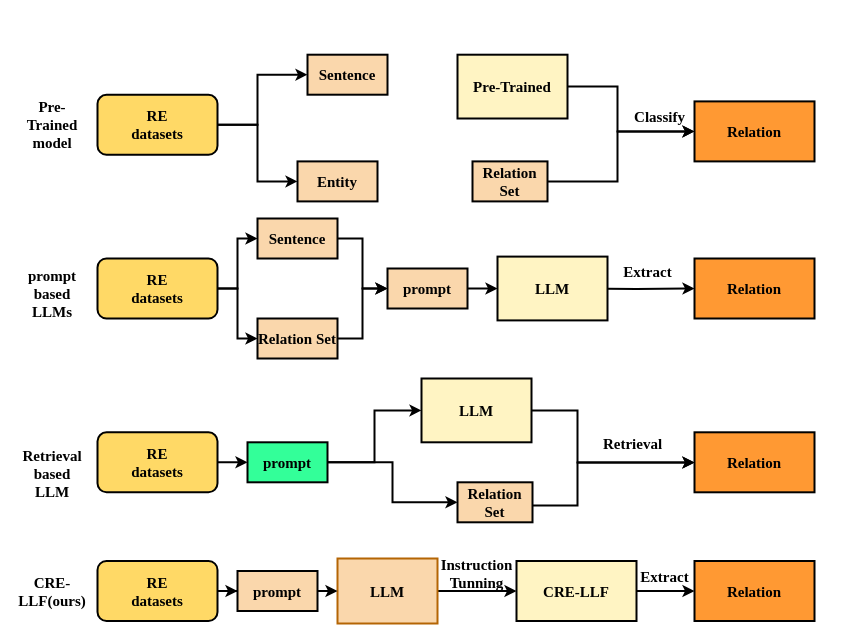
Before: Figure1.drawio in SkyuForever/CRE-LLM, a draw.io diagram. Source tidied: cells renumbered, new cells numbered last; positions are measured from the earlier drawing's top-left corner, leaving out a move shared by most shapes. Both pictures are drawn from the tidied source at 100%, with x=0, y=0 at pixel (17, 54).
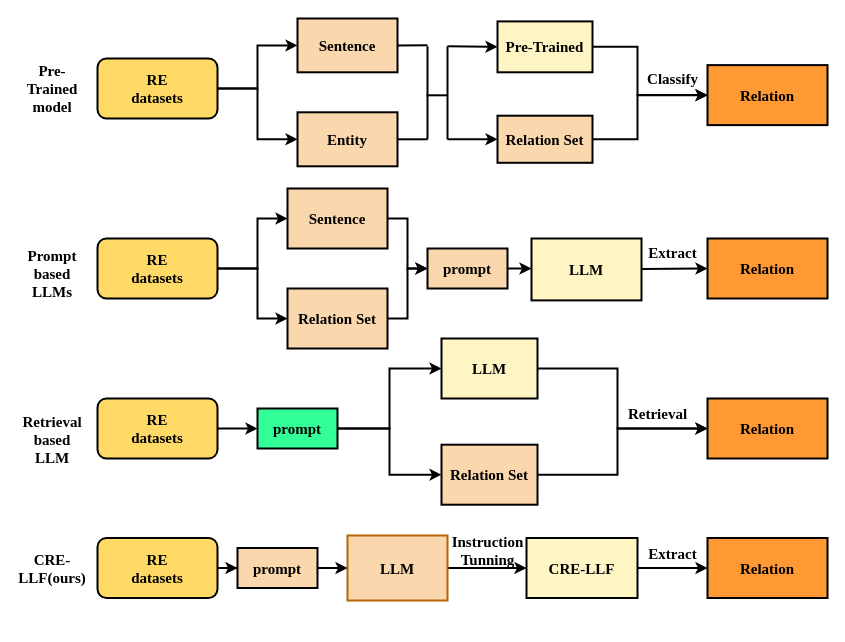
The same diagram, later.

What changed in the source:
```diff
@@
     <mxCell id="3" value="&lt;font style=&quot;font-size: 15px;&quot;&gt;RE&lt;br style=&quot;font-size: 15px;&quot;&gt;datasets&lt;/font&gt;" style="rounded=1;whiteSpace=wrap;html=1;fillColor=#FFD966;gradientColor=none;strokeWidth=2;fontFamily=Times New Roman;fontStyle=1;fontSize=15;" parent="1" vertex="1">
-      <mxGeometry x="80" y="506.5" width="120" height="60" as="geometry" />
+      <mxGeometry x="80" y="483.5" width="120" height="60" as="geometry" />
     </mxCell>
     <mxCell id="4" value="&lt;font style=&quot;font-size: 15px;&quot;&gt;Instruction &lt;br style=&quot;font-size: 15px;&quot;&gt;Tunning&lt;/font&gt;" style="text;html=1;align=center;verticalAlign=middle;strokeColor=none;fillColor=none;strokeWidth=2;fontFamily=Times New Roman;fontStyle=1;fontSize=15;" parent="1" vertex="1">
-      <mxGeometry x="409" y="494" width="100" height="50" as="geometry" />
+      <mxGeometry x="420" y="471" width="100" height="50" as="geometry" />
     </mxCell>
@@
     <mxCell id="6" value="&lt;font style=&quot;font-size: 15px;&quot;&gt;CRE-LLF&lt;/font&gt;" style="rounded=0;whiteSpace=wrap;html=1;fillColor=#FFF4C3;strokeWidth=2;fontFamily=Times New Roman;fontStyle=1;fontSize=15;" parent="1" vertex="1">
-      <mxGeometry x="499" y="506.5" width="120" height="60" as="geometry" />
+      <mxGeometry x="509" y="483.5" width="111" height="60" as="geometry" />
     </mxCell>
     <mxCell id="7" value="CRE-LLF(ours)" style="text;html=1;strokeColor=none;fillColor=none;align=center;verticalAlign=middle;whiteSpace=wrap;rounded=0;strokeWidth=2;fontFamily=Times New Roman;fontStyle=1;fontSize=15;" parent="1" vertex="1">
-      <mxGeometry y="521.5" width="70" height="30" as="geometry" />
+      <mxGeometry y="498.5" width="70" height="30" as="geometry" />
     </mxCell>
     <mxCell id="8" value="Pre-Trained model" style="text;html=1;strokeColor=none;fillColor=none;align=center;verticalAlign=middle;whiteSpace=wrap;rounded=0;strokeWidth=2;fontFamily=Times New Roman;fontStyle=1;fontSize=15;" parent="1" vertex="1">
-      <mxGeometry y="55.2" width="70" height="30" as="geometry" />
+      <mxGeometry y="19" width="70" height="30" as="geometry" />
     </mxCell>
@@
-    <mxCell id="10" style="edgeStyle=orthogonalEdgeStyle;rounded=0;jettySize=auto;html=1;exitX=1;exitY=0.5;exitDx=0;exitDy=0;entryX=0;entryY=0.5;entryDx=0;entryDy=0;strokeWidth=2;fontFamily=Times New Roman;fontStyle=1;fontSize=15;" parent="1" edge="1" source="11" target="12">
-      <mxGeometry relative="1" as="geometry">
-        <Array as="points">
-          <mxPoint x="240" y="20.2" />
-        </Array>
-      </mxGeometry>
+    <mxCell id="10" style="edgeStyle=orthogonalEdgeStyle;rounded=0;jettySize=auto;html=1;exitX=1;exitY=0.5;exitDx=0;exitDy=0;entryX=0;entryY=0.5;entryDx=0;entryDy=0;strokeWidth=2;" parent="1" edge="1" source="11" target="12">
+      <mxGeometry relative="1" as="geometry" />
     </mxCell>
     <mxCell id="11" value="&lt;font style=&quot;font-size: 15px;&quot;&gt;RE&lt;br style=&quot;font-size: 15px;&quot;&gt;datasets&lt;/font&gt;" style="rounded=1;whiteSpace=wrap;html=1;fillColor=#FFD966;gradientColor=none;strokeWidth=2;fontFamily=Times New Roman;fontStyle=1;fontSize=15;" parent="1" vertex="1">
-      <mxGeometry x="80" y="40.3" width="120" height="60" as="geometry" />
+      <mxGeometry x="80" y="4" width="120" height="60" as="geometry" />
     </mxCell>
     <mxCell id="12" value="Sentence" style="rounded=0;whiteSpace=wrap;html=1;fillColor=#FAD7AC;strokeColor=#000000;strokeWidth=2;fontFamily=Times New Roman;fontStyle=1;fontSize=15;" parent="1" vertex="1">
-      <mxGeometry x="290" y="0.2" width="80" height="40" as="geometry" />
+      <mxGeometry x="280" y="-36" width="100" height="53.8" as="geometry" />
     </mxCell>
     <mxCell id="13" value="Entity" style="rounded=0;whiteSpace=wrap;html=1;fillColor=#FAD7AC;strokeWidth=2;fontFamily=Times New Roman;fontStyle=1;fontSize=15;" parent="1" vertex="1">
-      <mxGeometry x="280" y="106.9" width="80" height="40" as="geometry" />
+      <mxGeometry x="280" y="57.8" width="100" height="54" as="geometry" />
     </mxCell>
-    <mxCell id="14" style="edgeStyle=orthogonalEdgeStyle;rounded=0;jettySize=auto;html=1;exitX=1;exitY=0.5;exitDx=0;exitDy=0;entryX=0;entryY=0.5;entryDx=0;entryDy=0;strokeWidth=2;fontFamily=Times New Roman;fontStyle=1;fontSize=15;" parent="1" edge="1" source="15" target="16">
+    <mxCell id="14" style="edgeStyle=orthogonalEdgeStyle;rounded=0;jettySize=auto;html=1;exitX=1;exitY=0.5;exitDx=0;exitDy=0;entryX=0;entryY=0.5;entryDx=0;entryDy=0;fontFamily=Times New Roman;fontStyle=1;fontSize=15;strokeWidth=2;" parent="1" edge="1" source="15" target="16">
       <mxGeometry relative="1" as="geometry">
         <Array as="points">
-          <mxPoint x="600" y="32" />
-          <mxPoint x="600" y="77" />
+          <mxPoint x="620" y="-7.2" />
+          <mxPoint x="620" y="40.8" />
         </Array>
       </mxGeometry>
     </mxCell>
     <mxCell id="15" value="&lt;span style=&quot;font-size: 15px;&quot;&gt;Pre-Trained&lt;/span&gt;" style="rounded=0;whiteSpace=wrap;html=1;fillColor=#FFF4C3;strokeWidth=2;fontFamily=Times New Roman;fontStyle=1;fontSize=15;" parent="1" vertex="1">
-      <mxGeometry x="440" y="0.2" width="110" height="63.8" as="geometry" />
+      <mxGeometry x="480" y="-33.1" width="95" height="50.9" as="geometry" />
     </mxCell>
     <mxCell id="16" value="&lt;font style=&quot;font-size: 15px;&quot;&gt;Relation&lt;/font&gt;" style="whiteSpace=wrap;html=1;rounded=0;fillColor=#FF9933;strokeWidth=2;fontFamily=Times New Roman;fontStyle=1;fontSize=15;" parent="1" vertex="1">
-      <mxGeometry x="677" y="46.9" width="120" height="60" as="geometry" />
+      <mxGeometry x="690" y="10.6" width="120" height="60" as="geometry" />
     </mxCell>
     <mxCell id="17" value="Classify" style="text;html=1;align=center;verticalAlign=middle;strokeColor=none;fillColor=none;strokeWidth=2;fontFamily=Times New Roman;fontStyle=1;fontSize=15;" parent="1" vertex="1">
-      <mxGeometry x="607" y="46.9" width="70" height="30" as="geometry" />
+      <mxGeometry x="620" y="9.4" width="70" height="30" as="geometry" />
     </mxCell>
     <mxCell id="18" value="Relation" style="whiteSpace=wrap;html=1;fillColor=#FF9933;rounded=0;strokeWidth=2;fontFamily=Times New Roman;fontStyle=1;fontSize=15;" parent="1" vertex="1">
-      <mxGeometry x="677" y="506.5" width="120" height="60" as="geometry" />
+      <mxGeometry x="690" y="483.5" width="120" height="60" as="geometry" />
     </mxCell>
     <mxCell id="19" style="edgeStyle=orthogonalEdgeStyle;rounded=0;jettySize=auto;html=1;exitX=1;exitY=0.5;exitDx=0;exitDy=0;entryX=0;entryY=0.5;entryDx=0;entryDy=0;strokeWidth=2;fontFamily=Times New Roman;fontStyle=1;fontSize=15;" parent="1" edge="1" source="21" target="23">
-      <mxGeometry relative="1" as="geometry" />
+      <mxGeometry relative="1" as="geometry">
+        <Array as="points">
+          <mxPoint x="240" y="214" />
+          <mxPoint x="240" y="164" />
+        </Array>
+      </mxGeometry>
     </mxCell>
     <mxCell id="20" style="edgeStyle=orthogonalEdgeStyle;rounded=0;jettySize=auto;html=1;exitX=1;exitY=0.5;exitDx=0;exitDy=0;entryX=0;entryY=0.5;entryDx=0;entryDy=0;strokeWidth=2;fontFamily=Times New Roman;fontStyle=1;fontSize=15;" parent="1" edge="1" source="21" target="25">
-      <mxGeometry relative="1" as="geometry" />
+      <mxGeometry relative="1" as="geometry">
+        <Array as="points">
+          <mxPoint x="240" y="214" />
+          <mxPoint x="240" y="264" />
+        </Array>
+      </mxGeometry>
     </mxCell>
     <mxCell id="21" value="&lt;font style=&quot;font-size: 15px;&quot;&gt;RE&lt;br style=&quot;font-size: 15px;&quot;&gt;datasets&lt;/font&gt;" style="rounded=1;whiteSpace=wrap;html=1;fillColor=#FFD966;gradientColor=none;strokeWidth=2;fontFamily=Times New Roman;fontStyle=1;fontSize=15;" parent="1" vertex="1">
-      <mxGeometry x="80" y="204" width="120" height="60" as="geometry" />
+      <mxGeometry x="80" y="184" width="120" height="60" as="geometry" />
     </mxCell>
@@
     <mxCell id="23" value="Sentence" style="rounded=0;whiteSpace=wrap;html=1;fillColor=#FAD7AC;strokeColor=default;strokeWidth=2;fontFamily=Times New Roman;fontStyle=1;fontSize=15;" parent="1" vertex="1">
-      <mxGeometry x="240" y="164" width="80" height="40" as="geometry" />
+      <mxGeometry x="270" y="134" width="100" height="60" as="geometry" />
     </mxCell>
@@
     <mxCell id="25" value="Relation Set" style="rounded=0;whiteSpace=wrap;html=1;fillColor=#FAD7AC;strokeWidth=2;fontFamily=Times New Roman;fontStyle=1;fontSize=15;" parent="1" vertex="1">
-      <mxGeometry x="240" y="264" width="80" height="40" as="geometry" />
+      <mxGeometry x="270" y="234" width="100" height="60" as="geometry" />
     </mxCell>
     <mxCell id="26" style="edgeStyle=orthogonalEdgeStyle;rounded=0;jettySize=auto;html=1;exitX=1;exitY=0.5;exitDx=0;exitDy=0;entryX=0;entryY=0.5;entryDx=0;entryDy=0;strokeWidth=2;fontFamily=Times New Roman;fontStyle=1;fontSize=15;" parent="1" edge="1" target="27">
       <mxGeometry relative="1" as="geometry">
-        <mxPoint x="560" y="234" as="sourcePoint" />
+        <mxPoint x="560" y="214" as="sourcePoint" />
       </mxGeometry>
     </mxCell>
     <mxCell id="27" value="&lt;font style=&quot;font-size: 15px;&quot;&gt;Relation&lt;/font&gt;" style="whiteSpace=wrap;html=1;rounded=0;fillColor=#FF9933;strokeWidth=2;fontFamily=Times New Roman;fontStyle=1;fontSize=15;" parent="1" vertex="1">
-      <mxGeometry x="677" y="204" width="120" height="60" as="geometry" />
+      <mxGeometry x="690" y="184" width="120" height="60" as="geometry" />
     </mxCell>
     <mxCell id="28" value="&lt;font style=&quot;font-size: 15px;&quot;&gt;LLM&lt;/font&gt;" style="rounded=0;whiteSpace=wrap;html=1;fillColor=#FFF4C3;strokeWidth=2;fontFamily=Times New Roman;fontStyle=1;fontSize=15;" parent="1" vertex="1">
-      <mxGeometry x="480" y="202.1" width="110" height="63.8" as="geometry" />
+      <mxGeometry x="514" y="184" width="110" height="61.9" as="geometry" />
     </mxCell>
@@
     <mxCell id="30" value="prompt" style="rounded=0;whiteSpace=wrap;html=1;fillColor=#FAD7AC;strokeWidth=2;fontFamily=Times New Roman;fontStyle=1;fontSize=15;" parent="1" vertex="1">
-      <mxGeometry x="370" y="214" width="80" height="40" as="geometry" />
+      <mxGeometry x="410" y="194" width="80" height="40" as="geometry" />
     </mxCell>
@@
     <mxCell id="32" value="&lt;font style=&quot;font-size: 15px;&quot;&gt;LLM&lt;/font&gt;" style="rounded=0;whiteSpace=wrap;html=1;fillColor=#fad7ac;strokeColor=#b46504;strokeWidth=2;fontFamily=Times New Roman;fontStyle=1;fontSize=15;" parent="1" vertex="1">
-      <mxGeometry x="320" y="504" width="100" height="65" as="geometry" />
+      <mxGeometry x="330" y="481" width="100" height="65" as="geometry" />
     </mxCell>
@@
     <mxCell id="34" value="prompt" style="rounded=0;whiteSpace=wrap;html=1;fillColor=#FAD7AC;strokeWidth=2;fontFamily=Times New Roman;fontStyle=1;fontSize=15;" parent="1" vertex="1">
-      <mxGeometry x="220" y="516.5" width="80" height="40" as="geometry" />
+      <mxGeometry x="220" y="493.5" width="80" height="40" as="geometry" />
     </mxCell>
-    <mxCell id="35" value="prompt based LLMs" style="text;html=1;strokeColor=none;fillColor=none;align=center;verticalAlign=middle;whiteSpace=wrap;rounded=0;strokeWidth=2;fontFamily=Times New Roman;fontStyle=1;fontSize=15;" parent="1" vertex="1">
-      <mxGeometry y="224" width="70" height="30" as="geometry" />
+    <mxCell id="35" value="Prompt based LLMs" style="text;html=1;strokeColor=none;fillColor=none;align=center;verticalAlign=middle;whiteSpace=wrap;rounded=0;strokeWidth=2;fontFamily=Times New Roman;fontStyle=1;fontSize=15;" parent="1" vertex="1">
+      <mxGeometry y="204" width="70" height="30" as="geometry" />
     </mxCell>
     <mxCell id="36" value="Extract" style="text;html=1;align=center;verticalAlign=middle;strokeColor=none;fillColor=none;strokeWidth=2;fontFamily=Times New Roman;fontStyle=1;fontSize=15;" parent="1" vertex="1">
-      <mxGeometry x="595" y="202.1" width="70" height="30" as="geometry" />
+      <mxGeometry x="620" y="183.1" width="70" height="30" as="geometry" />
     </mxCell>
@@
     <mxCell id="38" value="&lt;font style=&quot;font-size: 15px;&quot;&gt;RE&lt;br style=&quot;font-size: 15px;&quot;&gt;datasets&lt;/font&gt;" style="rounded=1;whiteSpace=wrap;html=1;fillColor=#FFD966;gradientColor=none;strokeWidth=2;fontFamily=Times New Roman;fontStyle=1;fontSize=15;" parent="1" vertex="1">
-      <mxGeometry x="80" y="377.8" width="120" height="60" as="geometry" />
+      <mxGeometry x="80" y="344" width="120" height="60" as="geometry" />
     </mxCell>
     <mxCell id="39" value="Relation" style="whiteSpace=wrap;html=1;rounded=0;fillColor=#FF9933;strokeWidth=2;fontFamily=Times New Roman;fontStyle=1;fontSize=15;" parent="1" vertex="1">
-      <mxGeometry x="677" y="377.8" width="120" height="60" as="geometry" />
+      <mxGeometry x="690" y="344" width="120" height="60" as="geometry" />
     </mxCell>
@@
     <mxCell id="42" value="prompt" style="rounded=0;whiteSpace=wrap;html=1;fillColor=#33FF99;strokeWidth=2;fontFamily=Times New Roman;fontStyle=1;fontSize=15;" parent="1" vertex="1">
-      <mxGeometry x="230" y="387.8" width="80" height="40" as="geometry" />
+      <mxGeometry x="240" y="354" width="80" height="40" as="geometry" />
     </mxCell>
     <mxCell id="43" value="Retrieval based LLM" style="text;html=1;strokeColor=none;fillColor=none;align=center;verticalAlign=middle;whiteSpace=wrap;rounded=0;strokeWidth=2;fontFamily=Times New Roman;fontStyle=1;fontSize=15;" parent="1" vertex="1">
-      <mxGeometry y="404" width="70" height="30" as="geometry" />
+      <mxGeometry y="370.2" width="70" height="30" as="geometry" />
     </mxCell>
     <mxCell id="44" value="Retrieval" style="text;html=1;align=center;verticalAlign=middle;strokeColor=none;fillColor=none;strokeWidth=2;fontFamily=Times New Roman;fontStyle=1;fontSize=15;" parent="1" vertex="1">
-      <mxGeometry x="575" y="374" width="80" height="30" as="geometry" />
+      <mxGeometry x="600" y="344" width="80" height="30" as="geometry" />
     </mxCell>
-    <mxCell id="45" style="edgeStyle=orthogonalEdgeStyle;rounded=0;jettySize=auto;html=1;exitX=1;exitY=0.5;exitDx=0;exitDy=0;strokeWidth=2;fontFamily=Times New Roman;fontStyle=1;fontSize=15;" parent="1" edge="1" source="46" target="39">
+    <mxCell id="45" style="edgeStyle=orthogonalEdgeStyle;rounded=0;jettySize=auto;html=1;exitX=1;exitY=0.5;exitDx=0;exitDy=0;entryX=0;entryY=0.5;entryDx=0;entryDy=0;fontStyle=1;fontSize=15;fontFamily=Times New Roman;strokeWidth=2;" parent="1" edge="1" source="46" target="39">
       <mxGeometry relative="1" as="geometry">
         <Array as="points">
-          <mxPoint x="560" y="356" />
-          <mxPoint x="560" y="408" />
+          <mxPoint x="600" y="314" />
+          <mxPoint x="600" y="374" />
         </Array>
       </mxGeometry>
     </mxCell>
     <mxCell id="46" value="&lt;font style=&quot;font-size: 15px;&quot;&gt;LLM&lt;/font&gt;" style="rounded=0;whiteSpace=wrap;html=1;fillColor=#FFF4C3;strokeWidth=2;fontFamily=Times New Roman;fontStyle=1;fontSize=15;" parent="1" vertex="1">
-      <mxGeometry x="404" y="324" width="110" height="63.8" as="geometry" />
+      <mxGeometry x="424" y="284" width="96" height="60" as="geometry" />
     </mxCell>
-    <mxCell id="47" style="edgeStyle=orthogonalEdgeStyle;rounded=0;jettySize=auto;html=1;exitX=1;exitY=0.5;exitDx=0;exitDy=0;strokeWidth=2;fontFamily=Times New Roman;fontStyle=1;fontSize=15;" parent="1" edge="1" target="39">
-      <mxGeometry relative="1" as="geometry">
-        <mxPoint x="514" y="450.9" as="sourcePoint" />
-        <Array as="points">
-          <mxPoint x="560" y="451" />
-          <mxPoint x="560" y="408" />
-        </Array>
-      </mxGeometry>
-    </mxCell>
     <mxCell id="48" value="Extract" style="text;html=1;align=center;verticalAlign=middle;strokeColor=none;fillColor=none;strokeWidth=2;fontFamily=Times New Roman;fontStyle=1;fontSize=15;" parent="1" vertex="1">
-      <mxGeometry x="612" y="506.5" width="70" height="30" as="geometry" />
+      <mxGeometry x="620" y="483.5" width="70" height="30" as="geometry" />
     </mxCell>
-    <mxCell id="49" style="edgeStyle=orthogonalEdgeStyle;rounded=0;jettySize=auto;html=1;entryX=0;entryY=0.5;entryDx=0;entryDy=0;strokeWidth=2;fontFamily=Times New Roman;fontStyle=1;fontSize=15;" parent="1" edge="1" source="50" target="16">
+    <mxCell id="49" style="edgeStyle=orthogonalEdgeStyle;rounded=0;jettySize=auto;html=1;exitX=1;exitY=0.5;exitDx=0;exitDy=0;fontFamily=Times New Roman;fontStyle=1;fontSize=15;strokeWidth=2;" parent="1" edge="1" source="50" target="16">
       <mxGeometry relative="1" as="geometry">
         <Array as="points">
-          <mxPoint x="600" y="127" />
-          <mxPoint x="600" y="77" />
+          <mxPoint x="620" y="84.8" />
+          <mxPoint x="620" y="40.8" />
         </Array>
       </mxGeometry>
     </mxCell>
     <mxCell id="50" value="Relation Set" style="rounded=0;whiteSpace=wrap;html=1;fillColor=#FAD7AC;strokeWidth=2;fontFamily=Times New Roman;fontStyle=1;fontSize=15;" parent="1" vertex="1">
-      <mxGeometry x="455" y="106.9" width="75" height="40" as="geometry" />
+      <mxGeometry x="480" y="61.2" width="95" height="47.1" as="geometry" />
     </mxCell>
+    <mxCell id="52" style="edgeStyle=orthogonalEdgeStyle;rounded=0;jettySize=auto;html=1;exitX=1;exitY=0.5;exitDx=0;exitDy=0;entryX=0;entryY=0.5;entryDx=0;entryDy=0;fontSize=15;fontStyle=1;fontFamily=Times New Roman;strokeWidth=2;" parent="1" edge="1" source="51" target="39">
+      <mxGeometry relative="1" as="geometry">
+        <Array as="points">
+          <mxPoint x="600" y="420" />
+          <mxPoint x="600" y="374" />
+        </Array>
+      </mxGeometry>
+    </mxCell>
     <mxCell id="51" value="Relation Set" style="rounded=0;whiteSpace=wrap;html=1;fillColor=#FAD7AC;strokeWidth=2;fontFamily=Times New Roman;fontStyle=1;fontSize=15;" parent="1" vertex="1">
-      <mxGeometry x="440" y="427.8" width="75" height="40" as="geometry" />
+      <mxGeometry x="424" y="390.2" width="96" height="60" as="geometry" />
     </mxCell>
+    <mxCell id="53" style="endArrow=none;html=1;rounded=0;fontFamily=Times New Roman;fontStyle=1;fontSize=15;strokeWidth=2;" parent="1" edge="1">
+      <mxGeometry relative="1" as="geometry">
+        <mxPoint x="410" y="84.8" as="sourcePoint" />
+        <mxPoint x="410" y="-8.2" as="targetPoint" />
+      </mxGeometry>
+    </mxCell>
+    <mxCell id="54" style="endArrow=none;html=1;rounded=0;fontFamily=Times New Roman;fontStyle=1;fontSize=15;strokeWidth=2;" parent="1" edge="1">
+      <mxGeometry relative="1" as="geometry">
+        <mxPoint x="409" y="40.8" as="sourcePoint" />
+        <mxPoint x="430" y="40.8" as="targetPoint" />
+      </mxGeometry>
+    </mxCell>
+    <mxCell id="55" style="endArrow=classic;html=1;rounded=0;entryX=0;entryY=0.5;entryDx=0;entryDy=0;fontFamily=Times New Roman;fontStyle=1;fontSize=15;strokeWidth=2;" parent="1" edge="1" target="15">
+      <mxGeometry relative="1" as="geometry">
+        <mxPoint x="430" y="-8.2" as="sourcePoint" />
+      </mxGeometry>
+    </mxCell>
+    <mxCell id="56" style="endArrow=classic;html=1;rounded=0;entryX=0;entryY=0.5;entryDx=0;entryDy=0;fontFamily=Times New Roman;fontStyle=1;fontSize=15;strokeWidth=2;" parent="1" edge="1" target="50">
+      <mxGeometry relative="1" as="geometry">
+        <mxPoint x="430" y="84.8" as="sourcePoint" />
+      </mxGeometry>
+    </mxCell>
+    <mxCell id="57" style="endArrow=none;html=1;rounded=0;entryX=1;entryY=0.5;entryDx=0;entryDy=0;strokeWidth=2;" parent="1" edge="1" target="12">
+      <mxGeometry relative="1" as="geometry">
+        <mxPoint x="410" y="-9.2" as="sourcePoint" />
+      </mxGeometry>
+    </mxCell>
+    <mxCell id="58" style="endArrow=none;html=1;rounded=0;exitX=1;exitY=0.5;exitDx=0;exitDy=0;strokeWidth=2;" parent="1" edge="1" source="13">
+      <mxGeometry relative="1" as="geometry">
+        <mxPoint x="410" y="84.8" as="targetPoint" />
+      </mxGeometry>
+    </mxCell>
+    <mxCell id="59" style="endArrow=none;html=1;rounded=0;fontFamily=Times New Roman;fontStyle=1;fontSize=15;strokeWidth=2;" parent="1" edge="1">
+      <mxGeometry relative="1" as="geometry">
+        <mxPoint x="430" y="84.8" as="sourcePoint" />
+        <mxPoint x="430" y="-8.2" as="targetPoint" />
+      </mxGeometry>
+    </mxCell>
```
